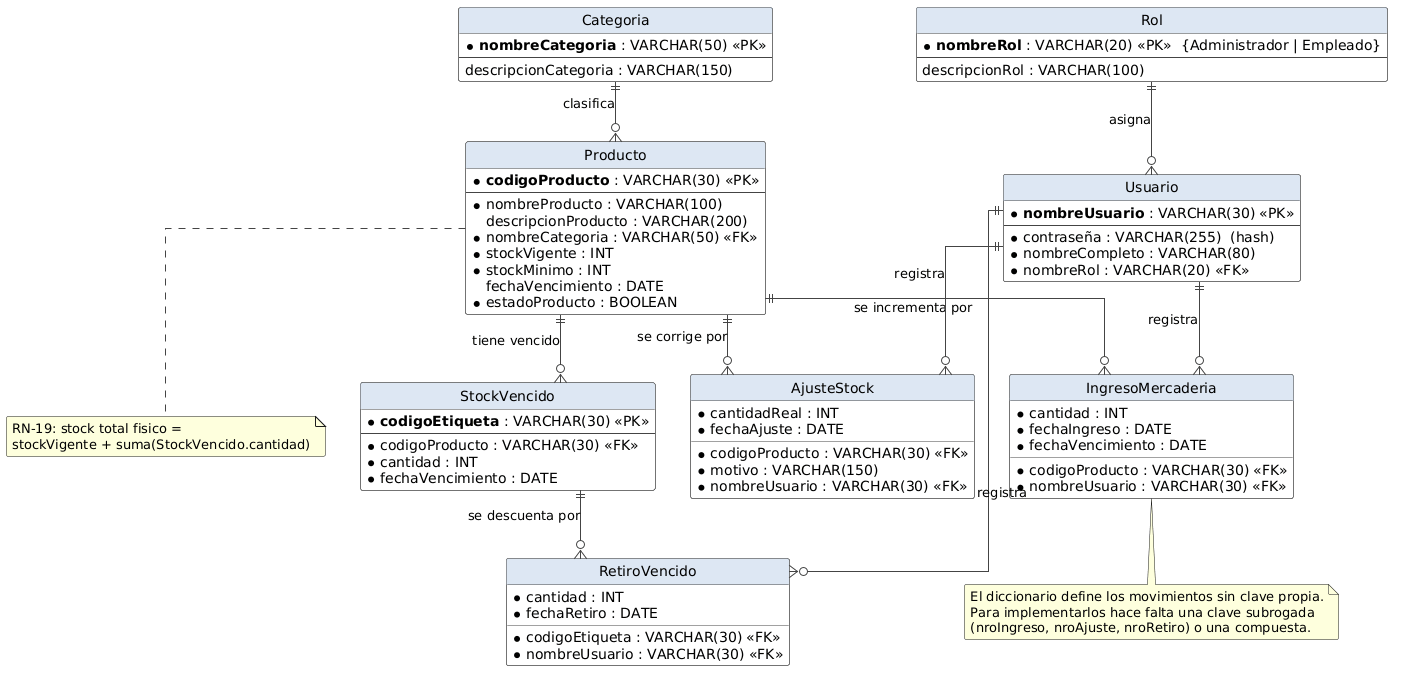
Before: 06-Diagrama Entidad Relacion/DER.png, a diagram exported from PlantUML (cirotop/Stock-Project). The source it was exported from:
```plantuml
@startuml

hide circle
skinparam linetype ortho
skinparam shadowing false
skinparam roundcorner 5
skinparam class {
  BackgroundColor #FDFDFD
  BorderColor #444444
  ArrowColor #444444
  HeaderBackgroundColor #DDE7F3
}


entity "Rol" as Rol {
  * **nombreRol** : VARCHAR(20) <<PK>>  {Administrador | Empleado}
  --
    descripcionRol : VARCHAR(100)
}

entity "Usuario" as Usuario {
  * **nombreUsuario** : VARCHAR(30) <<PK>>
  --
  * contraseña : VARCHAR(255)  (hash)
  * nombreCompleto : VARCHAR(80)
  * nombreRol : VARCHAR(20) <<FK>>
}


entity "Categoria" as Categoria {
  * **nombreCategoria** : VARCHAR(50) <<PK>>
  --
    descripcionCategoria : VARCHAR(150)
}

entity "Producto" as Producto {
  * **codigoProducto** : VARCHAR(30) <<PK>>
  --
  * nombreProducto : VARCHAR(100)
    descripcionProducto : VARCHAR(200)
  * nombreCategoria : VARCHAR(50) <<FK>>
  * stockVigente : INT
  * stockMinimo : INT
    fechaVencimiento : DATE
  * estadoProducto : BOOLEAN
}

entity "StockVencido" as StockVencido {
  * **codigoEtiqueta** : VARCHAR(30) <<PK>>
  --
  * codigoProducto : VARCHAR(30) <<FK>>
  * cantidad : INT
  * fechaVencimiento : DATE
}


entity "IngresoMercaderia" as IngresoMercaderia {
  * codigoProducto : VARCHAR(30) <<FK>>
  * cantidad : INT
  * fechaIngreso : DATE
  * fechaVencimiento : DATE
  * nombreUsuario : VARCHAR(30) <<FK>>
}

entity "AjusteStock" as AjusteStock {
  * codigoProducto : VARCHAR(30) <<FK>>
  * cantidadReal : INT
  * motivo : VARCHAR(150)
  * fechaAjuste : DATE
  * nombreUsuario : VARCHAR(30) <<FK>>
}

entity "RetiroVencido" as RetiroVencido {
  * codigoEtiqueta : VARCHAR(30) <<FK>>
  * cantidad : INT
  * fechaRetiro : DATE
  * nombreUsuario : VARCHAR(30) <<FK>>
}


Rol          ||--o{ Usuario            : "asigna"

Categoria    ||--o{ Producto           : "clasifica"
Producto     ||--o{ StockVencido       : "tiene vencido"

Producto     ||--o{ IngresoMercaderia  : "se incrementa por"
Producto     ||--o{ AjusteStock        : "se corrige por"
StockVencido ||--o{ RetiroVencido      : "se descuenta por"

Usuario      ||--o{ IngresoMercaderia  : "registra"
Usuario      ||--o{ AjusteStock        : "registra"
Usuario      ||--o{ RetiroVencido      : "registra"

note bottom of Producto
  RN-19: stock total fisico =
  stockVigente + suma(StockVencido.cantidad)
end note

note bottom of IngresoMercaderia
  El diccionario define los movimientos sin clave propia.
  Para implementarlos hace falta una clave subrogada
  (nroIngreso, nroAjuste, nroRetiro) o una compuesta.
end note
@enduml
```
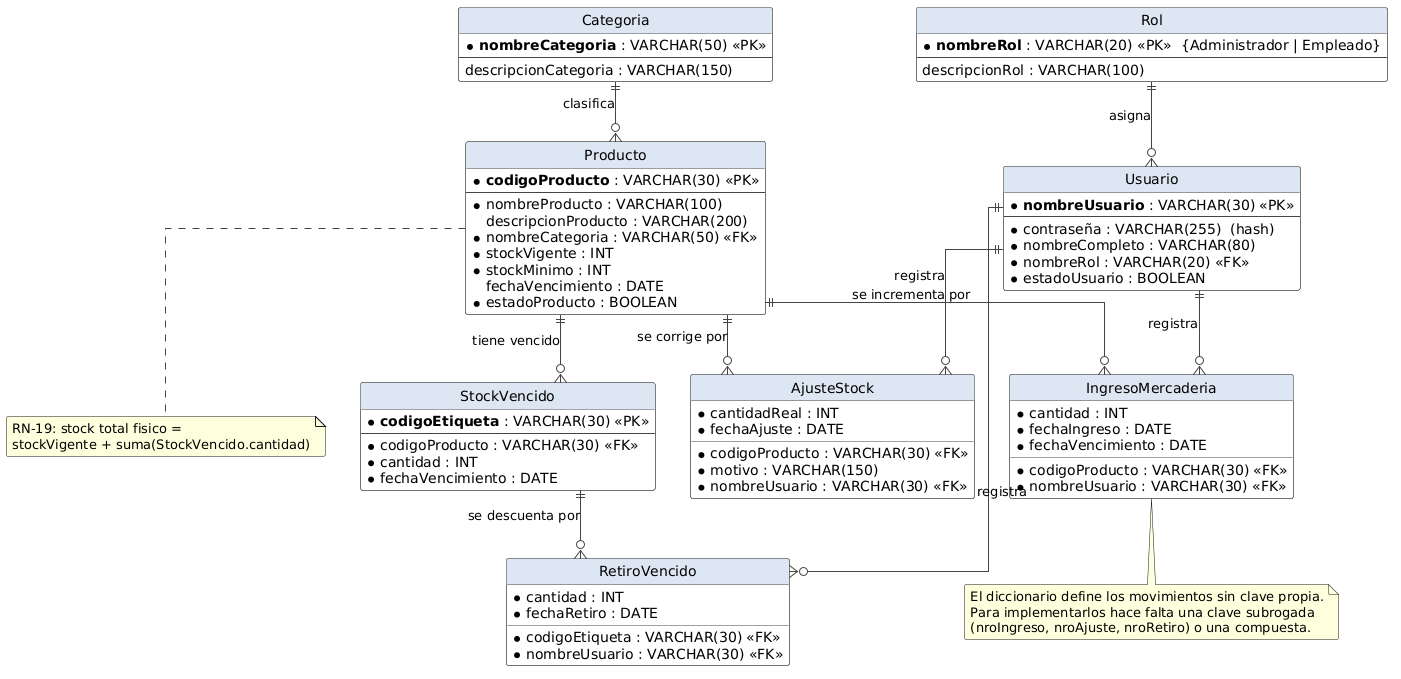
Above is the later version.

Diff of the diagram source:
```diff
@@ -24,6 +24,7 @@
   * contraseña : VARCHAR(255)  (hash)
   * nombreCompleto : VARCHAR(80)
   * nombreRol : VARCHAR(20) <<FK>>
+  * estadoUsuario : BOOLEAN
 }
 
 
```
